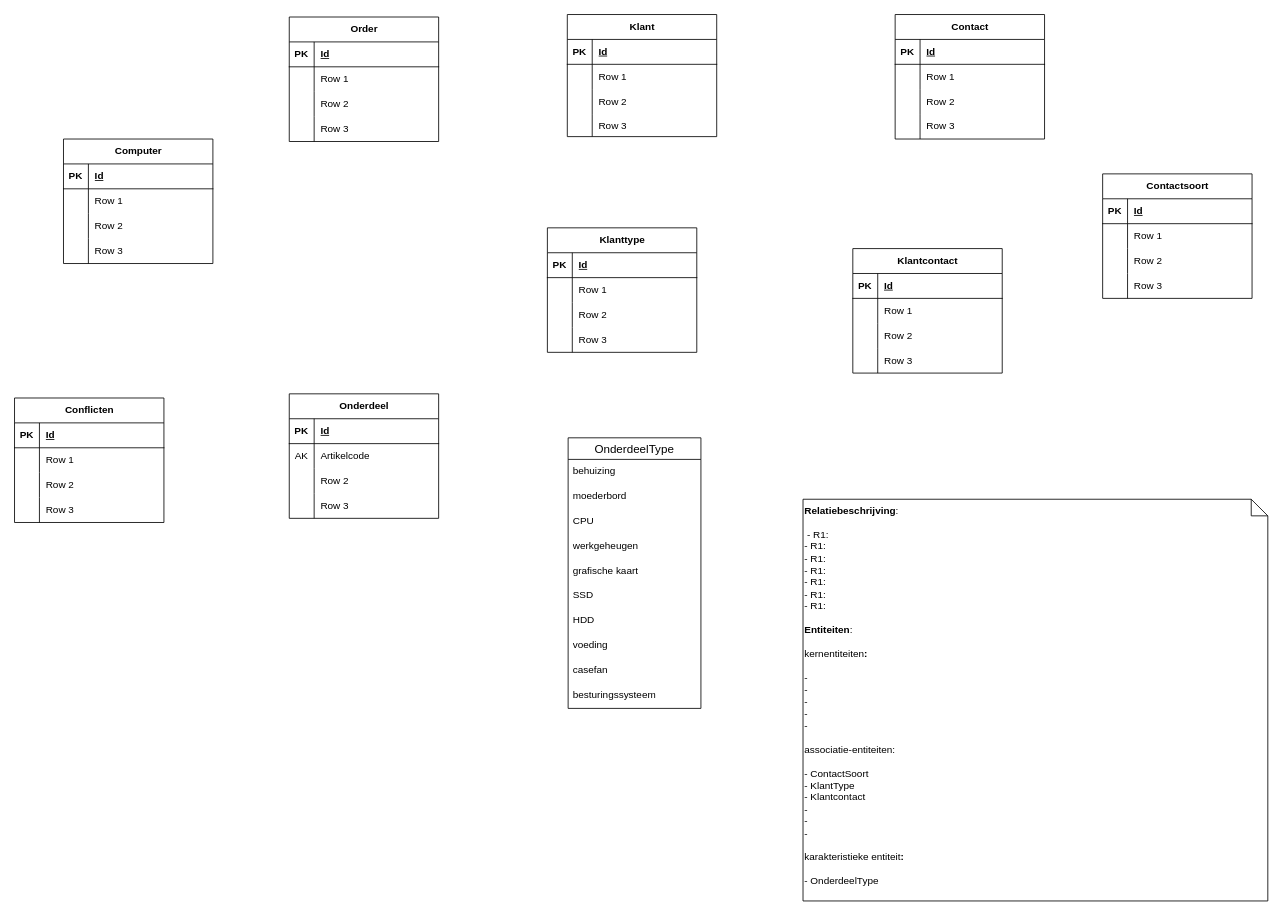
This is Project Database/1_Project_ERD/Bouwcontrole ERD.drawio from PJPRORL/Databases-ZC0229---WT-2025-, a draw.io file, before an edit. Source tidied: cells renumbered, new cells numbered last; positions are measured from the earlier drawing's top-left corner, leaving out a move shared by most shapes. Both pictures are drawn from the tidied source at 83%, with x=0, y=0 at pixel (14, 14).
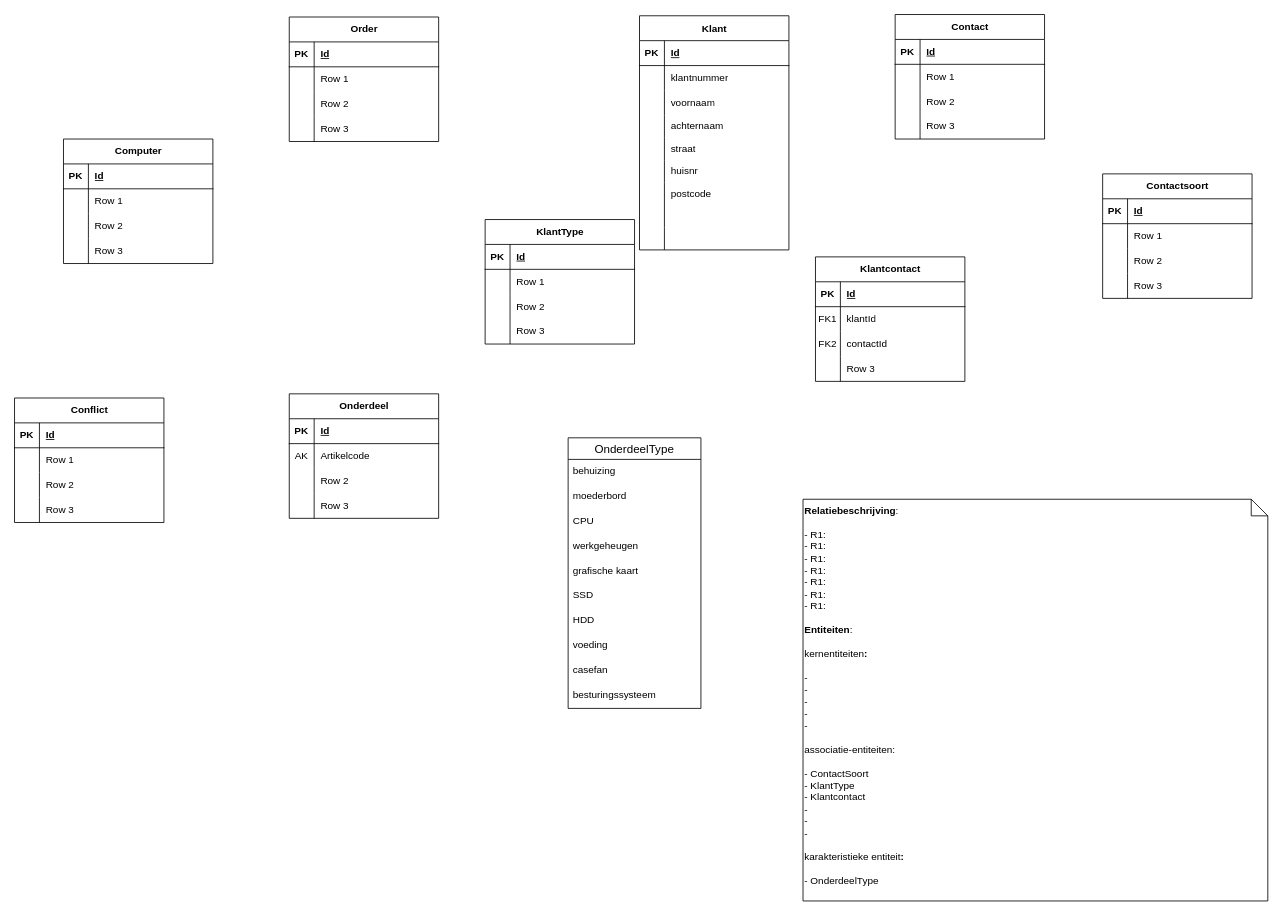
Above is the later version.

Commit message (it also covers changes not shown here):
upload updatet readme file and updatet ERD

The change refers to these unchanged cells:
```xml
<mxCell id="19" style="shape=tableRow;horizontal=0;startSize=0;swimlaneHead=0;swimlaneBody=0;fillColor=none;top=0;left=0;right=0;bottom=0;" parent="15" vertex="1">
  <mxGeometry y="60" width="180" height="30" as="geometry" />
</mxCell>
<mxCell id="22" style="shape=tableRow;horizontal=0;startSize=0;swimlaneHead=0;swimlaneBody=0;fillColor=none;top=0;left=0;right=0;bottom=0;" parent="15" vertex="1">
  <mxGeometry y="90" width="180" height="30" as="geometry" />
</mxCell>
<mxCell id="32" style="shape=tableRow;horizontal=0;startSize=0;swimlaneHead=0;swimlaneBody=0;fillColor=none;top=0;left=0;right=0;bottom=0;" parent="28" vertex="1">
  <mxGeometry y="60" width="180" height="30" as="geometry" />
</mxCell>
<mxCell id="35" style="shape=tableRow;horizontal=0;startSize=0;swimlaneHead=0;swimlaneBody=0;fillColor=none;top=0;left=0;right=0;bottom=0;" parent="28" vertex="1">
  <mxGeometry y="90" width="180" height="30" as="geometry" />
</mxCell>
<mxCell id="38" style="shape=tableRow;horizontal=0;startSize=0;swimlaneHead=0;swimlaneBody=0;fillColor=none;top=0;left=0;right=0;bottom=0;" parent="28" vertex="1">
  <mxGeometry y="120" width="180" height="27" as="geometry" />
</mxCell>
```

Diff of the diagram source:
```diff
@@
     <mxCell id="15" value="Klantcontact" style="shape=table;startSize=30;childLayout=tableLayout;rowLines=0;fontStyle=1;align=center;html=1;" parent="1" vertex="1">
-      <mxGeometry x="1010" y="282" width="180" height="150" as="geometry" />
+      <mxGeometry x="965" y="292" width="180" height="150" as="geometry" />
     </mxCell>
@@
-    <mxCell id="20" style="shape=partialRectangle;fillColor=none;top=0;left=0;bottom=0;right=0;overflow=hidden;whiteSpace=wrap;html=1;" parent="19" vertex="1">
+    <mxCell id="20" value="FK1" style="shape=partialRectangle;fillColor=none;top=0;left=0;bottom=0;right=0;overflow=hidden;whiteSpace=wrap;html=1;" parent="19" vertex="1">
       <mxGeometry width="30" height="30" as="geometry" />
     </mxCell>
-    <mxCell id="21" value="Row 1" style="shape=partialRectangle;fillColor=none;top=0;left=0;bottom=0;right=0;align=left;spacingLeft=6;overflow=hidden;whiteSpace=wrap;html=1;" parent="19" vertex="1">
+    <mxCell id="21" value="klantId" style="shape=partialRectangle;fillColor=none;top=0;left=0;bottom=0;right=0;align=left;spacingLeft=6;overflow=hidden;whiteSpace=wrap;html=1;" parent="19" vertex="1">
       <mxGeometry x="30" width="150" height="30" as="geometry" />
     </mxCell>
@@
-    <mxCell id="23" style="shape=partialRectangle;fillColor=none;top=0;left=0;bottom=0;right=0;overflow=hidden;whiteSpace=wrap;html=1;" parent="22" vertex="1">
+    <mxCell id="23" value="FK2" style="shape=partialRectangle;fillColor=none;top=0;left=0;bottom=0;right=0;overflow=hidden;whiteSpace=wrap;html=1;" parent="22" vertex="1">
       <mxGeometry width="30" height="30" as="geometry" />
     </mxCell>
-    <mxCell id="24" value="Row 2" style="shape=partialRectangle;fillColor=none;top=0;left=0;bottom=0;right=0;align=left;spacingLeft=6;overflow=hidden;whiteSpace=wrap;html=1;" parent="22" vertex="1">
+    <mxCell id="24" value="contactId" style="shape=partialRectangle;fillColor=none;top=0;left=0;bottom=0;right=0;align=left;spacingLeft=6;overflow=hidden;whiteSpace=wrap;html=1;" parent="22" vertex="1">
       <mxGeometry x="30" width="150" height="30" as="geometry" />
     </mxCell>
@@
     <mxCell id="28" value="Klant" style="shape=table;startSize=30;childLayout=tableLayout;rowLines=0;fontStyle=1;align=center;html=1;" parent="1" vertex="1">
-      <mxGeometry x="666" width="180" height="147.1" as="geometry" />
+      <mxGeometry x="753" y="1.5" width="180" height="282.1" as="geometry" />
     </mxCell>
@@
-    <mxCell id="34" value="Row 1" style="shape=partialRectangle;fillColor=none;top=0;left=0;bottom=0;right=0;align=left;spacingLeft=6;overflow=hidden;whiteSpace=wrap;html=1;" parent="32" vertex="1">
+    <mxCell id="34" value="klantnummer" style="shape=partialRectangle;fillColor=none;top=0;left=0;bottom=0;right=0;align=left;spacingLeft=6;overflow=hidden;whiteSpace=wrap;html=1;" parent="32" vertex="1">
       <mxGeometry x="30" width="150" height="30" as="geometry" />
     </mxCell>
@@
-    <mxCell id="37" value="Row 2" style="shape=partialRectangle;fillColor=none;top=0;left=0;bottom=0;right=0;align=left;spacingLeft=6;overflow=hidden;whiteSpace=wrap;html=1;" parent="35" vertex="1">
+    <mxCell id="37" value="voornaam" style="shape=partialRectangle;fillColor=none;top=0;left=0;bottom=0;right=0;align=left;spacingLeft=6;overflow=hidden;whiteSpace=wrap;html=1;" parent="35" vertex="1">
       <mxGeometry x="30" width="150" height="30" as="geometry" />
     </mxCell>
@@
-    <mxCell id="40" value="Row 3" style="shape=partialRectangle;fillColor=none;top=0;left=0;bottom=0;right=0;align=left;spacingLeft=6;overflow=hidden;whiteSpace=wrap;html=1;" parent="38" vertex="1">
+    <mxCell id="40" value="achternaam" style="shape=partialRectangle;fillColor=none;top=0;left=0;bottom=0;right=0;align=left;spacingLeft=6;overflow=hidden;whiteSpace=wrap;html=1;" parent="38" vertex="1">
       <mxGeometry x="30" width="150" height="27" as="geometry" />
     </mxCell>
+    <mxCell id="131" style="shape=tableRow;horizontal=0;startSize=0;swimlaneHead=0;swimlaneBody=0;fillColor=none;top=0;left=0;right=0;bottom=0;" parent="28" vertex="1">
+      <mxGeometry y="147" width="180" height="27" as="geometry" />
+    </mxCell>
+    <mxCell id="132" style="shape=partialRectangle;fillColor=none;top=0;left=0;bottom=0;right=0;overflow=hidden;whiteSpace=wrap;html=1;" parent="131" vertex="1">
+      <mxGeometry width="30" height="27" as="geometry" />
+    </mxCell>
+    <mxCell id="133" value="straat" style="shape=partialRectangle;fillColor=none;top=0;left=0;bottom=0;right=0;align=left;spacingLeft=6;overflow=hidden;whiteSpace=wrap;html=1;" parent="131" vertex="1">
+      <mxGeometry x="30" width="150" height="27" as="geometry" />
+    </mxCell>
+    <mxCell id="134" style="shape=tableRow;horizontal=0;startSize=0;swimlaneHead=0;swimlaneBody=0;fillColor=none;top=0;left=0;right=0;bottom=0;" parent="28" vertex="1">
+      <mxGeometry y="174" width="180" height="27" as="geometry" />
+    </mxCell>
+    <mxCell id="135" style="shape=partialRectangle;fillColor=none;top=0;left=0;bottom=0;right=0;overflow=hidden;whiteSpace=wrap;html=1;" parent="134" vertex="1">
+      <mxGeometry width="30" height="27" as="geometry" />
+    </mxCell>
+    <mxCell id="136" value="huisnr" style="shape=partialRectangle;fillColor=none;top=0;left=0;bottom=0;right=0;align=left;spacingLeft=6;overflow=hidden;whiteSpace=wrap;html=1;" parent="134" vertex="1">
+      <mxGeometry x="30" width="150" height="27" as="geometry" />
+    </mxCell>
+    <mxCell id="137" style="shape=tableRow;horizontal=0;startSize=0;swimlaneHead=0;swimlaneBody=0;fillColor=none;top=0;left=0;right=0;bottom=0;" parent="28" vertex="1">
+      <mxGeometry y="201" width="180" height="27" as="geometry" />
+    </mxCell>
+    <mxCell id="138" style="shape=partialRectangle;fillColor=none;top=0;left=0;bottom=0;right=0;overflow=hidden;whiteSpace=wrap;html=1;" parent="137" vertex="1">
+      <mxGeometry width="30" height="27" as="geometry" />
+    </mxCell>
+    <mxCell id="139" value="postcode" style="shape=partialRectangle;fillColor=none;top=0;left=0;bottom=0;right=0;align=left;spacingLeft=6;overflow=hidden;whiteSpace=wrap;html=1;" parent="137" vertex="1">
+      <mxGeometry x="30" width="150" height="27" as="geometry" />
+    </mxCell>
+    <mxCell id="140" style="shape=tableRow;horizontal=0;startSize=0;swimlaneHead=0;swimlaneBody=0;fillColor=none;top=0;left=0;right=0;bottom=0;" parent="28" vertex="1">
+      <mxGeometry y="228" width="180" height="27" as="geometry" />
+    </mxCell>
+    <mxCell id="141" style="shape=partialRectangle;fillColor=none;top=0;left=0;bottom=0;right=0;overflow=hidden;whiteSpace=wrap;html=1;" parent="140" vertex="1">
+      <mxGeometry width="30" height="27" as="geometry" />
+    </mxCell>
+    <mxCell id="142" value="&amp;nbsp;" style="shape=partialRectangle;fillColor=none;top=0;left=0;bottom=0;right=0;align=left;spacingLeft=6;overflow=hidden;whiteSpace=wrap;html=1;" parent="140" vertex="1">
+      <mxGeometry x="30" width="150" height="27" as="geometry" />
+    </mxCell>
+    <mxCell id="143" style="shape=tableRow;horizontal=0;startSize=0;swimlaneHead=0;swimlaneBody=0;fillColor=none;top=0;left=0;right=0;bottom=0;" parent="28" vertex="1">
+      <mxGeometry y="255" width="180" height="27" as="geometry" />
+    </mxCell>
+    <mxCell id="144" style="shape=partialRectangle;fillColor=none;top=0;left=0;bottom=0;right=0;overflow=hidden;whiteSpace=wrap;html=1;" parent="143" vertex="1">
+      <mxGeometry width="30" height="27" as="geometry" />
+    </mxCell>
+    <mxCell id="145" style="shape=partialRectangle;fillColor=none;top=0;left=0;bottom=0;right=0;align=left;spacingLeft=6;overflow=hidden;whiteSpace=wrap;html=1;" parent="143" vertex="1">
+      <mxGeometry x="30" width="150" height="27" as="geometry" />
+    </mxCell>
@@
-    <mxCell id="67" value="&lt;b&gt;Relatiebeschrijving&lt;/b&gt;:&lt;div&gt;&lt;br&gt;&lt;/div&gt;&lt;div&gt;&amp;nbsp;- R1:&amp;nbsp;&lt;/div&gt;&lt;div&gt;- R1:&amp;nbsp;&lt;/div&gt;&lt;div&gt;- R1:&amp;nbsp;&lt;/div&gt;&lt;div&gt;- R1:&amp;nbsp;&lt;/div&gt;&lt;div&gt;- R1:&amp;nbsp;&lt;/div&gt;&lt;div&gt;- R1:&amp;nbsp;&lt;/div&gt;&lt;div&gt;- R1:&amp;nbsp;&lt;/div&gt;&lt;div&gt;&lt;br&gt;&lt;/div&gt;&lt;div&gt;&lt;b&gt;Entiteiten&lt;/b&gt;:&lt;/div&gt;&lt;div&gt;&lt;br&gt;&lt;/div&gt;&lt;div&gt;kernentiteiten&lt;b&gt;:&lt;/b&gt;&lt;/div&gt;&lt;div&gt;&lt;br&gt;&lt;/div&gt;&lt;div&gt;-&amp;nbsp;&lt;/div&gt;&lt;div&gt;-&amp;nbsp;&lt;/div&gt;&lt;div&gt;-&amp;nbsp;&lt;/div&gt;&lt;div&gt;-&amp;nbsp;&lt;/div&gt;&lt;div&gt;-&amp;nbsp;&lt;/div&gt;&lt;div&gt;&lt;br&gt;&lt;/div&gt;&lt;div&gt;associatie-entiteiten:&lt;/div&gt;&lt;div&gt;&lt;br&gt;&lt;/div&gt;&lt;div&gt;-&amp;nbsp;ContactSoort&lt;/div&gt;&lt;div&gt;- KlantType&lt;/div&gt;&lt;div&gt;- Klantcontact&lt;/div&gt;&lt;div&gt;-&amp;nbsp;&lt;/div&gt;&lt;div&gt;-&amp;nbsp;&lt;/div&gt;&lt;div&gt;-&amp;nbsp;&lt;/div&gt;&lt;div&gt;&lt;br&gt;&lt;/div&gt;&lt;div&gt;karakteristieke entiteit&lt;b&gt;:&lt;/b&gt;&lt;/div&gt;&lt;div&gt;&lt;br&gt;&lt;/div&gt;&lt;div&gt;- OnderdeelType&lt;/div&gt;" style="shape=note;size=20;whiteSpace=wrap;html=1;verticalAlign=top;align=left;" parent="1" vertex="1">
+    <mxCell id="67" value="&lt;b&gt;Relatiebeschrijving&lt;/b&gt;:&lt;div&gt;&lt;br&gt;&lt;/div&gt;&lt;div&gt;- R1:&amp;nbsp;&lt;/div&gt;&lt;div&gt;- R1:&amp;nbsp;&lt;/div&gt;&lt;div&gt;- R1:&amp;nbsp;&lt;/div&gt;&lt;div&gt;- R1:&amp;nbsp;&lt;/div&gt;&lt;div&gt;- R1:&amp;nbsp;&lt;/div&gt;&lt;div&gt;- R1:&amp;nbsp;&lt;/div&gt;&lt;div&gt;- R1:&amp;nbsp;&lt;/div&gt;&lt;div&gt;&lt;br&gt;&lt;/div&gt;&lt;div&gt;&lt;b&gt;Entiteiten&lt;/b&gt;:&lt;/div&gt;&lt;div&gt;&lt;br&gt;&lt;/div&gt;&lt;div&gt;kernentiteiten&lt;b&gt;:&lt;/b&gt;&lt;/div&gt;&lt;div&gt;&lt;br&gt;&lt;/div&gt;&lt;div&gt;-&amp;nbsp;&lt;/div&gt;&lt;div&gt;-&amp;nbsp;&lt;/div&gt;&lt;div&gt;-&amp;nbsp;&lt;/div&gt;&lt;div&gt;-&amp;nbsp;&lt;/div&gt;&lt;div&gt;-&amp;nbsp;&lt;/div&gt;&lt;div&gt;&lt;br&gt;&lt;/div&gt;&lt;div&gt;associatie-entiteiten:&lt;/div&gt;&lt;div&gt;&lt;br&gt;&lt;/div&gt;&lt;div&gt;-&amp;nbsp;ContactSoort&lt;/div&gt;&lt;div&gt;- KlantType&lt;/div&gt;&lt;div&gt;- Klantcontact&lt;/div&gt;&lt;div&gt;-&amp;nbsp;&lt;/div&gt;&lt;div&gt;-&amp;nbsp;&lt;/div&gt;&lt;div&gt;-&amp;nbsp;&lt;/div&gt;&lt;div&gt;&lt;br&gt;&lt;/div&gt;&lt;div&gt;karakteristieke entiteit&lt;b&gt;:&lt;/b&gt;&lt;/div&gt;&lt;div&gt;&lt;br&gt;&lt;/div&gt;&lt;div&gt;- OnderdeelType&lt;/div&gt;" style="shape=note;size=20;whiteSpace=wrap;html=1;verticalAlign=top;align=left;" parent="1" vertex="1">
       <mxGeometry x="950" y="584" width="560" height="484" as="geometry" />
     </mxCell>
-    <mxCell id="68" value="Conflicten" style="shape=table;startSize=30;childLayout=tableLayout;rowLines=0;fontStyle=1;align=center;html=1;" parent="1" vertex="1">
+    <mxCell id="68" value="Conflict" style="shape=table;startSize=30;childLayout=tableLayout;rowLines=0;fontStyle=1;align=center;html=1;" parent="1" vertex="1">
       <mxGeometry y="462" width="180" height="150" as="geometry" />
     </mxCell>
@@
-    <mxCell id="81" value="Klanttype" style="shape=table;startSize=30;childLayout=tableLayout;rowLines=0;fontStyle=1;align=center;html=1;" parent="1" vertex="1">
-      <mxGeometry x="642" y="257" width="180" height="150" as="geometry" />
+    <mxCell id="81" value="KlantType" style="shape=table;startSize=30;childLayout=tableLayout;rowLines=0;fontStyle=1;align=center;html=1;" parent="1" vertex="1">
+      <mxGeometry x="567" y="247" width="180" height="150" as="geometry" />
     </mxCell>
```
